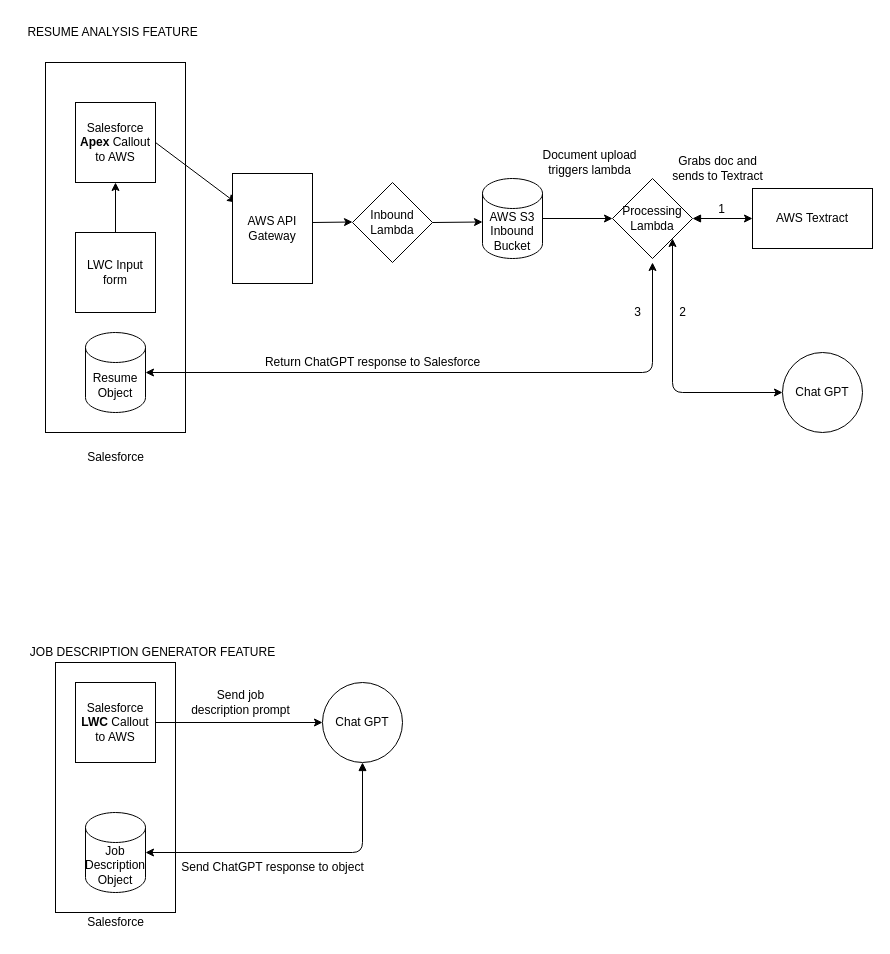
Before: architecture.drawio in smmalik3/stac2023-terraformed, a draw.io diagram. Source tidied: cells renumbered, new cells numbered last; positions are measured from the earlier drawing's top-left corner, leaving out a move shared by most shapes. Both pictures are drawn from the tidied source at 100%, with x=0, y=0 at pixel (17, 17).
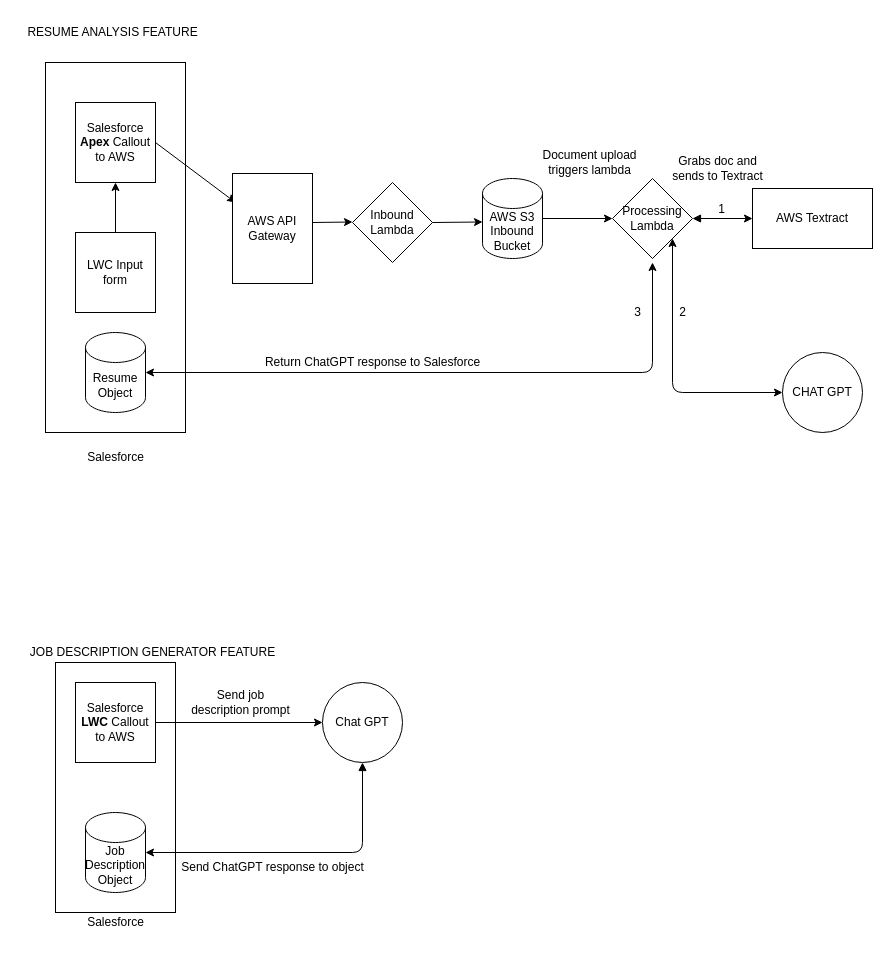
The same page after the edit.

What changed in the source:
```diff
@@
-    <mxCell id="13" value="Chat GPT" style="ellipse;whiteSpace=wrap;html=1;" parent="1" vertex="1">
+    <mxCell id="13" value="CHAT GPT" style="ellipse;whiteSpace=wrap;html=1;" parent="1" vertex="1">
       <mxGeometry x="765" y="335" width="80" height="80" as="geometry" />
     </mxCell>
```
